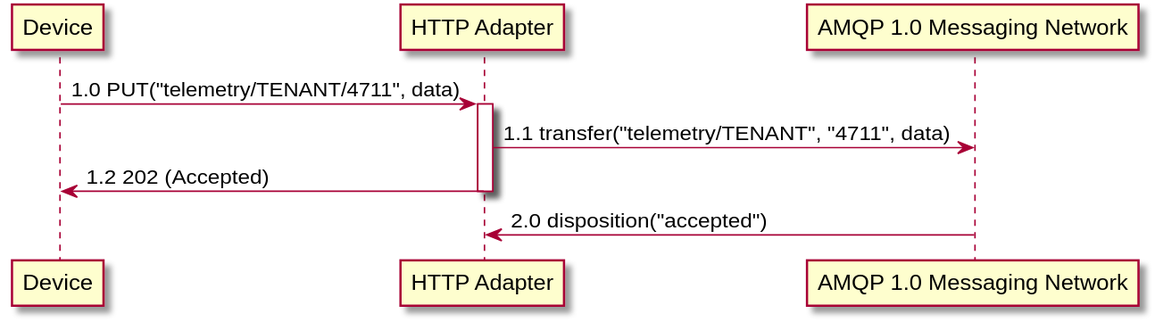
Earlier version of the PlantUML export site/documentation/content/api/forwardTelemetry_qos0.svg (eclipse-hono/hono). Source of this version:
```plantuml
@startuml
scale 1.2

participant Device
participant "HTTP Adapter"
participant "AMQP 1.0 Messaging Network"

Device -> "HTTP Adapter"++: 1.0 PUT("telemetry/TENANT/4711", data)
"HTTP Adapter" -> "AMQP 1.0 Messaging Network": 1.1 transfer("telemetry/TENANT", "4711", data)
"HTTP Adapter" -> Device--: 1.2 202 (Accepted)
"AMQP 1.0 Messaging Network" -> "HTTP Adapter": 2.0 disposition("accepted")
@enduml
```
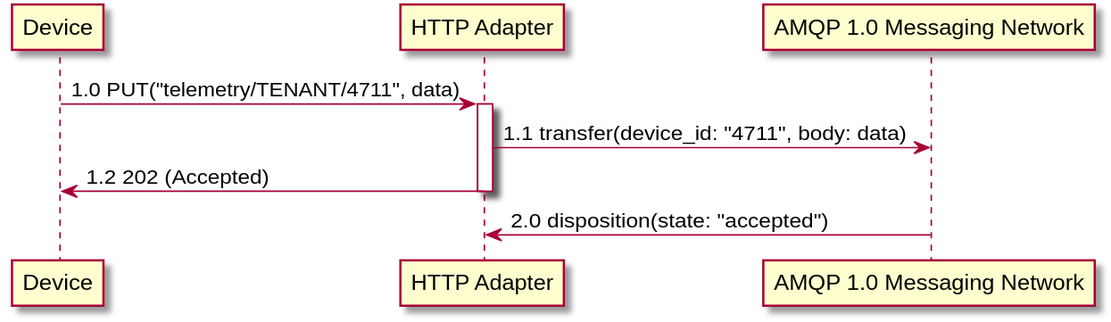
After the commit.

The edit, as a diff of the source:
```diff
@@ -5,8 +5,8 @@
 participant "HTTP Adapter"
 participant "AMQP 1.0 Messaging Network"
 
-Device -> "HTTP Adapter"++: 1.0 PUT("telemetry/TENANT/4711", data)
-"HTTP Adapter" -> "AMQP 1.0 Messaging Network": 1.1 transfer("telemetry/TENANT", "4711", data)
-"HTTP Adapter" -> Device--: 1.2 202 (Accepted)
-"AMQP 1.0 Messaging Network" -> "HTTP Adapter": 2.0 disposition("accepted")
+Device -> "HTTP Adapter"+: 1.0 PUT("telemetry/TENANT/4711", data)
+"HTTP Adapter" -> "AMQP 1.0 Messaging Network": 1.1 transfer(device_id: "4711", body: data)
+"HTTP Adapter" -> Device-: 1.2 202 (Accepted)
+"AMQP 1.0 Messaging Network" -> "HTTP Adapter": 2.0 disposition(state: "accepted")
 @enduml
```
